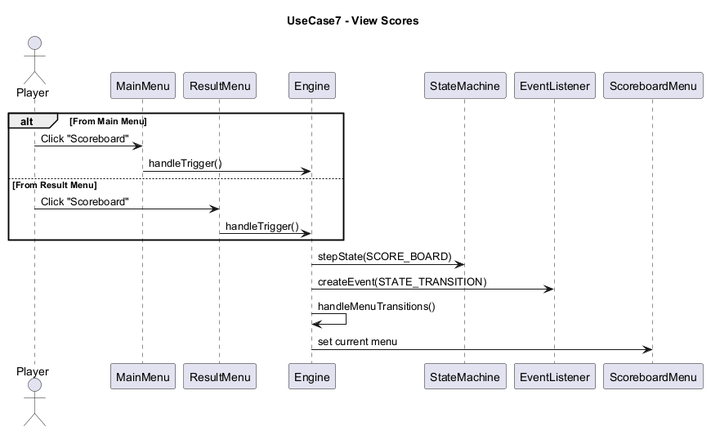
Before: docs/Diagrams/uc7.png, a diagram exported from PlantUML (ChuzaWick420/FYP_AI_Based_Puzzle_Game). Its diagram source:
```plantuml
@startuml
title UseCase7 - View Scores

actor Player

participant MainMenu
participant ResultMenu
participant Engine
participant StateMachine
participant EventListener
participant ScoreboardMenu

alt From Main Menu
    Player -> MainMenu : Click "Scoreboard"
    MainMenu -> Engine : handleTrigger()

else From Result Menu
    Player -> ResultMenu : Click "Scoreboard"
    ResultMenu -> Engine : handleTrigger()
end

Engine -> StateMachine : stepState(SCORE_BOARD)
Engine -> EventListener : createEvent(STATE_TRANSITION)

Engine -> Engine : handleMenuTransitions()
Engine -> ScoreboardMenu : set current menu

@enduml
```
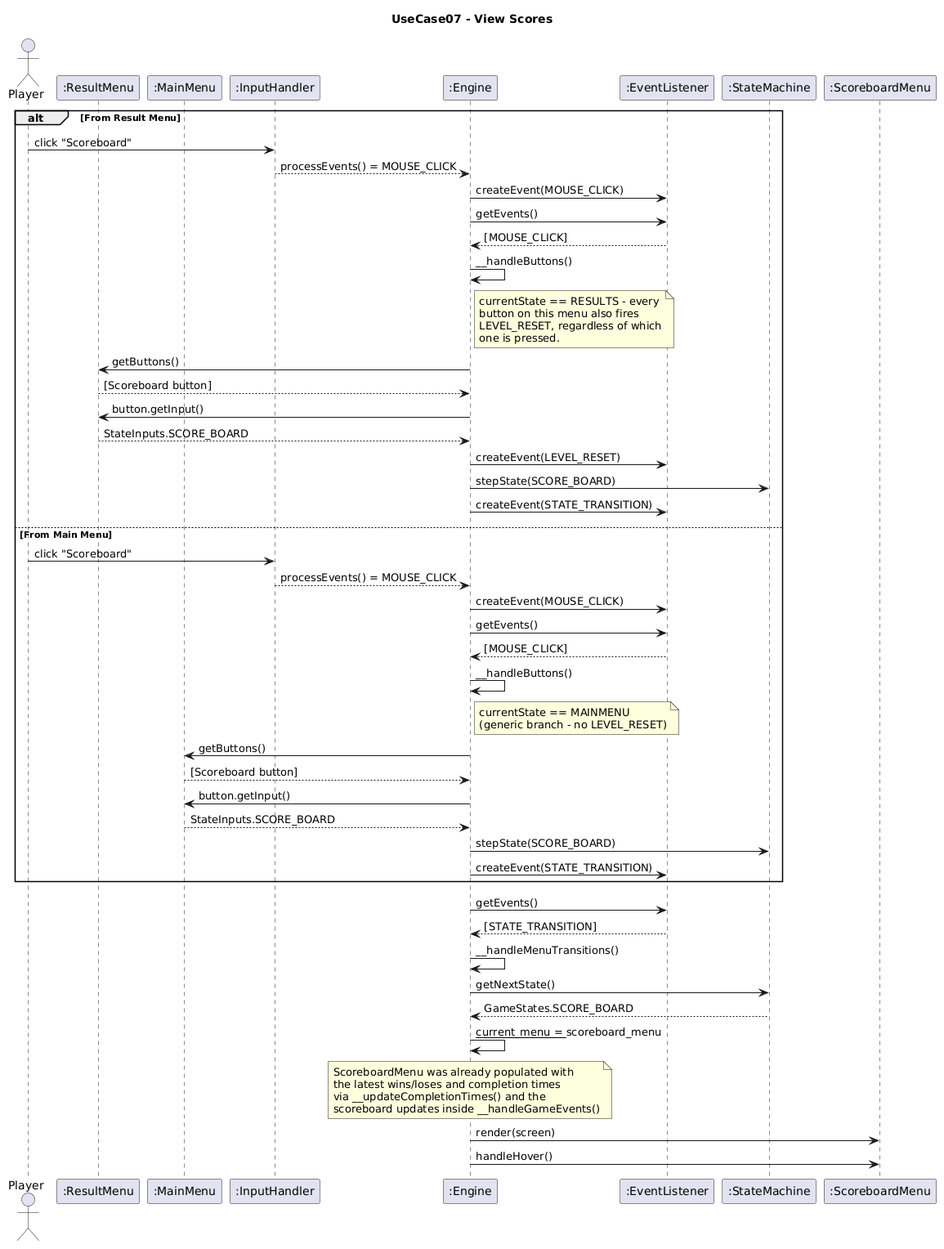
After the change.

The edit, as a diff of the source:
```diff
@@ -1,28 +1,55 @@
 @startuml
-title UseCase7 - View Scores
+title UseCase07 - View Scores
 
 actor Player
+participant ":ResultMenu" as RM
+participant ":MainMenu" as MM
+participant ":InputHandler" as IH
+participant ":Engine" as E
+participant ":EventListener" as EL
+participant ":StateMachine" as SM
+participant ":ScoreboardMenu" as SBM
 
-participant MainMenu
-participant ResultMenu
-participant Engine
-participant StateMachine
-participant EventListener
-participant ScoreboardMenu
-
-alt From Main Menu
-    Player -> MainMenu : Click "Scoreboard"
-    MainMenu -> Engine : handleTrigger()
-
-else From Result Menu
-    Player -> ResultMenu : Click "Scoreboard"
-    ResultMenu -> Engine : handleTrigger()
+alt From Result Menu
+  Player -> IH : click "Scoreboard"
+  IH --> E : processEvents() = MOUSE_CLICK
+  E -> EL : createEvent(MOUSE_CLICK)
+  E -> EL : getEvents()
+  EL --> E : [MOUSE_CLICK]
+  E -> E : __handleButtons()
+  note right of E : currentState == RESULTS - every\nbutton on this menu also fires\nLEVEL_RESET, regardless of which\none is pressed.
+  E -> RM : getButtons()
+  RM --> E : [Scoreboard button]
+  E -> RM : button.getInput()
+  RM --> E : StateInputs.SCORE_BOARD
+  E -> EL : createEvent(LEVEL_RESET)
+  E -> SM : stepState(SCORE_BOARD)
+  E -> EL : createEvent(STATE_TRANSITION)
+else From Main Menu
+  Player -> IH : click "Scoreboard"
+  IH --> E : processEvents() = MOUSE_CLICK
+  E -> EL : createEvent(MOUSE_CLICK)
+  E -> EL : getEvents()
+  EL --> E : [MOUSE_CLICK]
+  E -> E : __handleButtons()
+  note right of E : currentState == MAINMENU\n(generic branch - no LEVEL_RESET)
+  E -> MM : getButtons()
+  MM --> E : [Scoreboard button]
+  E -> MM : button.getInput()
+  MM --> E : StateInputs.SCORE_BOARD
+  E -> SM : stepState(SCORE_BOARD)
+  E -> EL : createEvent(STATE_TRANSITION)
 end
 
-Engine -> StateMachine : stepState(SCORE_BOARD)
-Engine -> EventListener : createEvent(STATE_TRANSITION)
+E -> EL : getEvents()
+EL --> E : [STATE_TRANSITION]
+E -> E : __handleMenuTransitions()
+E -> SM : getNextState()
+SM --> E : GameStates.SCORE_BOARD
+E -> E : __current_menu = __scoreboard_menu
 
-Engine -> Engine : handleMenuTransitions()
-Engine -> ScoreboardMenu : set current menu
+note over E : ScoreboardMenu was already populated with\nthe latest wins/loses and completion times\nvia __updateCompletionTimes() and the\nscoreboard updates inside __handleGameEvents()
 
+E -> SBM : render(screen)
+E -> SBM : handleHover()
 @enduml
```
